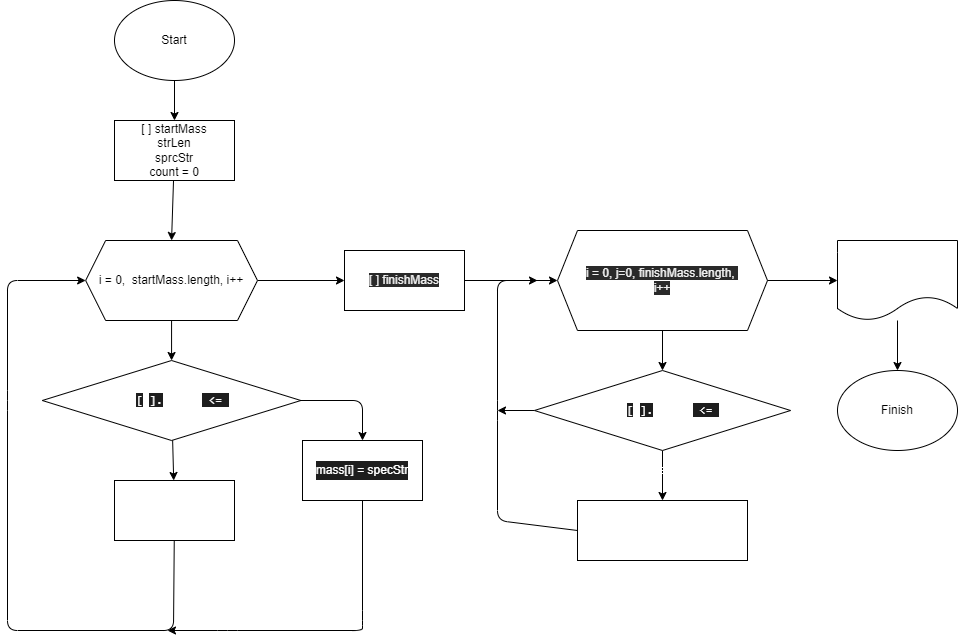
Before: block_diagram.drawio.png, a diagram exported from draw.io (elenaElenaEle/Control). Source tidied: cells renumbered, new cells last; positions are measured from the earlier drawing's top-left corner, leaving out a move shared by most shapes. The source it was exported from:
```xml
<mxGraphModel>
  <root>
    <mxCell id="0" />
    <mxCell id="1" parent="0" />
    <mxCell id="2" style="edgeStyle=none;html=1;entryX=0.5;entryY=0;entryDx=0;entryDy=0;fontSize=12;fontColor=#FFFFFF;" parent="1" edge="1" source="3" target="6">
      <mxGeometry relative="1" as="geometry" />
    </mxCell>
    <mxCell id="3" value="Start" style="ellipse;whiteSpace=wrap;html=1;" parent="1" vertex="1">
      <mxGeometry x="107" width="120" height="80" as="geometry" />
    </mxCell>
    <mxCell id="4" value="Finish" style="ellipse;whiteSpace=wrap;html=1;" parent="1" vertex="1">
      <mxGeometry x="830" y="370" width="120" height="80" as="geometry" />
    </mxCell>
    <mxCell id="5" style="edgeStyle=none;html=1;entryX=0.5;entryY=0;entryDx=0;entryDy=0;fontSize=12;fontColor=#FFFFFF;" parent="1" edge="1" source="6" target="9">
      <mxGeometry relative="1" as="geometry" />
    </mxCell>
    <mxCell id="6" value="[ ] startMass&lt;br&gt;strLen&lt;br&gt;sprcStr&lt;br&gt;count = 0" style="rounded=0;whiteSpace=wrap;html=1;" parent="1" vertex="1">
      <mxGeometry x="107" y="120" width="120" height="60" as="geometry" />
    </mxCell>
    <mxCell id="7" style="edgeStyle=none;html=1;entryX=0.5;entryY=0;entryDx=0;entryDy=0;fontSize=12;fontColor=#FFFFFF;" parent="1" edge="1" source="9" target="11">
      <mxGeometry relative="1" as="geometry" />
    </mxCell>
    <mxCell id="8" style="edgeStyle=none;html=1;fontFamily=Helvetica;fontSize=12;fontColor=#FFFFFF;" parent="1" edge="1" source="9" target="22">
      <mxGeometry relative="1" as="geometry" />
    </mxCell>
    <mxCell id="9" value="i = 0,&amp;nbsp; startMass.length, i++" style="shape=hexagon;perimeter=hexagonPerimeter2;whiteSpace=wrap;html=1;fixedSize=1;" parent="1" vertex="1">
      <mxGeometry x="78.1" y="240" width="171.9" height="80" as="geometry" />
    </mxCell>
    <mxCell id="10" style="edgeStyle=none;html=1;fontSize=12;fontColor=#FFFFFF;" parent="1" edge="1" source="11" target="13">
      <mxGeometry relative="1" as="geometry" />
    </mxCell>
    <mxCell id="11" value="&lt;font style=&quot;font-size: 12px&quot; color=&quot;#ffffff&quot;&gt;if startMass&lt;span style=&quot;background-color: rgb(30 , 30 , 30) ; font-family: &amp;#34;consolas&amp;#34; , &amp;#34;courier new&amp;#34; , monospace&quot;&gt;[&lt;/span&gt;&lt;span style=&quot;font-family: &amp;#34;consolas&amp;#34; , &amp;#34;courier new&amp;#34; , monospace&quot;&gt;i&lt;/span&gt;&lt;span style=&quot;background-color: rgb(30 , 30 , 30) ; font-family: &amp;#34;consolas&amp;#34; , &amp;#34;courier new&amp;#34; , monospace&quot;&gt;]&lt;/span&gt;&lt;span style=&quot;background-color: rgb(30 , 30 , 30) ; font-family: &amp;#34;consolas&amp;#34; , &amp;#34;courier new&amp;#34; , monospace&quot;&gt;.&lt;/span&gt;&lt;span style=&quot;font-family: &amp;#34;consolas&amp;#34; , &amp;#34;courier new&amp;#34; , monospace&quot;&gt;Length&lt;/span&gt;&lt;span style=&quot;background-color: rgb(30 , 30 , 30) ; font-family: &amp;#34;consolas&amp;#34; , &amp;#34;courier new&amp;#34; , monospace&quot;&gt; &lt;/span&gt;&lt;span style=&quot;background-color: rgb(30 , 30 , 30) ; font-family: &amp;#34;consolas&amp;#34; , &amp;#34;courier new&amp;#34; , monospace&quot;&gt;&amp;lt;=&lt;/span&gt;&lt;span style=&quot;background-color: rgb(30 , 30 , 30) ; font-family: &amp;#34;consolas&amp;#34; , &amp;#34;courier new&amp;#34; , monospace&quot;&gt; &lt;/span&gt;&lt;span style=&quot;font-family: &amp;#34;consolas&amp;#34; , &amp;#34;courier new&amp;#34; , monospace&quot;&gt;strLen&lt;/span&gt;&lt;/font&gt;" style="rhombus;whiteSpace=wrap;html=1;" parent="1" vertex="1">
      <mxGeometry x="34.8" y="360" width="258.6" height="80" as="geometry" />
    </mxCell>
    <mxCell id="12" style="edgeStyle=none;html=1;entryX=0;entryY=0.5;entryDx=0;entryDy=0;fontFamily=Helvetica;fontSize=12;fontColor=#FFFFFF;" parent="1" edge="1" source="13" target="9">
      <mxGeometry relative="1" as="geometry">
        <Array as="points">
          <mxPoint x="166" y="630" />
          <mxPoint y="630" />
          <mxPoint y="400" />
          <mxPoint y="280" />
        </Array>
      </mxGeometry>
    </mxCell>
    <mxCell id="13" value="count ++" style="rounded=0;whiteSpace=wrap;html=1;fontSize=12;fontColor=#FFFFFF;" parent="1" vertex="1">
      <mxGeometry x="107" y="480" width="120" height="60" as="geometry" />
    </mxCell>
    <mxCell id="14" value="yes" style="text;html=1;align=center;verticalAlign=middle;strokeColor=none;fillColor=none;fontSize=12;fontColor=#FFFFFF;" parent="1" vertex="1">
      <mxGeometry x="135" y="450" width="30" height="20" as="geometry" />
    </mxCell>
    <mxCell id="15" style="edgeStyle=none;html=1;fontFamily=Helvetica;fontSize=12;fontColor=#FFFFFF;" parent="1" edge="1" source="16">
      <mxGeometry relative="1" as="geometry">
        <mxPoint x="160" y="630" as="targetPoint" />
        <Array as="points">
          <mxPoint x="355" y="620" />
          <mxPoint x="355" y="630" />
          <mxPoint x="220" y="630" />
        </Array>
      </mxGeometry>
    </mxCell>
    <mxCell id="16" value="&lt;div style=&quot;background-color: rgb(30 , 30 , 30) ; line-height: 19px&quot;&gt;&lt;div style=&quot;line-height: 19px&quot;&gt;&lt;font style=&quot;font-size: 12px&quot;&gt;mass[i] = specStr&lt;/font&gt;&lt;/div&gt;&lt;/div&gt;" style="rounded=0;whiteSpace=wrap;html=1;fontSize=12;fontColor=#FFFFFF;" parent="1" vertex="1">
      <mxGeometry x="295" y="440" width="120" height="60" as="geometry" />
    </mxCell>
    <mxCell id="17" style="edgeStyle=none;html=1;fontFamily=Helvetica;fontSize=12;fontColor=#FFFFFF;exitX=1;exitY=0.5;exitDx=0;exitDy=0;entryX=0.5;entryY=0;entryDx=0;entryDy=0;" parent="1" edge="1" source="11" target="16">
      <mxGeometry relative="1" as="geometry">
        <Array as="points">
          <mxPoint x="355" y="400" />
        </Array>
      </mxGeometry>
    </mxCell>
    <mxCell id="18" value="no" style="text;html=1;align=center;verticalAlign=middle;strokeColor=none;fillColor=none;fontSize=12;fontFamily=Helvetica;fontColor=#FFFFFF;" parent="1" vertex="1">
      <mxGeometry x="295" y="380" width="30" height="20" as="geometry" />
    </mxCell>
    <mxCell id="19" style="edgeStyle=none;html=1;fontFamily=Helvetica;fontSize=12;fontColor=#FFFFFF;" parent="1" edge="1" source="20" target="25">
      <mxGeometry relative="1" as="geometry" />
    </mxCell>
    <mxCell id="20" value="&lt;span style=&quot;color: rgb(240 , 240 , 240) ; font-family: &amp;#34;helvetica&amp;#34; ; font-size: 12px ; font-style: normal ; font-weight: 400 ; letter-spacing: normal ; text-align: center ; text-indent: 0px ; text-transform: none ; word-spacing: 0px ; background-color: rgb(42 , 42 , 42) ; display: inline ; float: none&quot;&gt;i = 0, j=0, finishMass.length, &lt;br&gt;i++&lt;/span&gt;" style="shape=hexagon;perimeter=hexagonPerimeter2;whiteSpace=wrap;html=1;fixedSize=1;fontFamily=Helvetica;fontSize=12;fontColor=#FFFFFF;" parent="1" vertex="1">
      <mxGeometry x="550" y="230" width="210" height="100" as="geometry" />
    </mxCell>
    <mxCell id="21" style="edgeStyle=none;html=1;fontFamily=Helvetica;fontSize=12;fontColor=#FFFFFF;" parent="1" edge="1" source="22" target="20">
      <mxGeometry relative="1" as="geometry" />
    </mxCell>
    <mxCell id="22" value="&lt;span style=&quot;color: rgb(240 , 240 , 240) ; font-family: &amp;#34;helvetica&amp;#34; ; font-size: 12px ; font-style: normal ; font-weight: 400 ; letter-spacing: normal ; text-align: center ; text-indent: 0px ; text-transform: none ; word-spacing: 0px ; background-color: rgb(42 , 42 , 42) ; display: inline ; float: none&quot;&gt;[ ] finishMass&lt;/span&gt;" style="rounded=0;whiteSpace=wrap;html=1;fontFamily=Helvetica;fontSize=12;fontColor=#FFFFFF;" parent="1" vertex="1">
      <mxGeometry x="337" y="250" width="120" height="60" as="geometry" />
    </mxCell>
    <mxCell id="23" style="edgeStyle=none;html=1;fontFamily=Helvetica;fontSize=12;fontColor=#FFFFFF;entryX=0.5;entryY=0;entryDx=0;entryDy=0;" parent="1" edge="1" source="25" target="28">
      <mxGeometry relative="1" as="geometry" />
    </mxCell>
    <mxCell id="24" style="edgeStyle=none;html=1;exitX=0;exitY=0.5;exitDx=0;exitDy=0;fontFamily=Helvetica;fontSize=12;fontColor=#FFFFFF;" parent="1" edge="1" source="25">
      <mxGeometry relative="1" as="geometry">
        <mxPoint x="490" y="410" as="targetPoint" />
      </mxGeometry>
    </mxCell>
    <mxCell id="25" value="&lt;font style=&quot;font-size: 12px&quot; color=&quot;#ffffff&quot;&gt;if startMass&lt;span style=&quot;background-color: rgb(30 , 30 , 30) ; font-family: &amp;#34;consolas&amp;#34; , &amp;#34;courier new&amp;#34; , monospace&quot;&gt;[&lt;/span&gt;&lt;span style=&quot;font-family: &amp;#34;consolas&amp;#34; , &amp;#34;courier new&amp;#34; , monospace&quot;&gt;i&lt;/span&gt;&lt;span style=&quot;background-color: rgb(30 , 30 , 30) ; font-family: &amp;#34;consolas&amp;#34; , &amp;#34;courier new&amp;#34; , monospace&quot;&gt;]&lt;/span&gt;&lt;span style=&quot;background-color: rgb(30 , 30 , 30) ; font-family: &amp;#34;consolas&amp;#34; , &amp;#34;courier new&amp;#34; , monospace&quot;&gt;.&lt;/span&gt;&lt;span style=&quot;font-family: &amp;#34;consolas&amp;#34; , &amp;#34;courier new&amp;#34; , monospace&quot;&gt;Length&lt;/span&gt;&lt;span style=&quot;background-color: rgb(30 , 30 , 30) ; font-family: &amp;#34;consolas&amp;#34; , &amp;#34;courier new&amp;#34; , monospace&quot;&gt; &lt;/span&gt;&lt;span style=&quot;background-color: rgb(30 , 30 , 30) ; font-family: &amp;#34;consolas&amp;#34; , &amp;#34;courier new&amp;#34; , monospace&quot;&gt;&amp;lt;=&lt;/span&gt;&lt;span style=&quot;background-color: rgb(30 , 30 , 30) ; font-family: &amp;#34;consolas&amp;#34; , &amp;#34;courier new&amp;#34; , monospace&quot;&gt; &lt;/span&gt;&lt;span style=&quot;font-family: &amp;#34;consolas&amp;#34; , &amp;#34;courier new&amp;#34; , monospace&quot;&gt;strLen&lt;/span&gt;&lt;/font&gt;" style="rhombus;whiteSpace=wrap;html=1;" parent="1" vertex="1">
      <mxGeometry x="526.9" y="370" width="256.2" height="80" as="geometry" />
    </mxCell>
    <mxCell id="26" style="edgeStyle=none;html=1;fontFamily=Helvetica;fontSize=12;fontColor=#FFFFFF;exitX=0;exitY=0.5;exitDx=0;exitDy=0;" parent="1" edge="1" source="28">
      <mxGeometry relative="1" as="geometry">
        <mxPoint x="530" y="280" as="targetPoint" />
        <Array as="points">
          <mxPoint x="490" y="520" />
          <mxPoint x="490" y="410" />
          <mxPoint x="490" y="280" />
        </Array>
      </mxGeometry>
    </mxCell>
    <mxCell id="27" style="edgeStyle=none;html=1;fontFamily=Helvetica;fontSize=12;fontColor=#FFFFFF;exitX=1;exitY=0.5;exitDx=0;exitDy=0;" parent="1" edge="1" source="20" target="31">
      <mxGeometry relative="1" as="geometry" />
    </mxCell>
    <mxCell id="28" value="finishMass[j] = startMass[i]&lt;br&gt;j++" style="rounded=0;whiteSpace=wrap;html=1;fontFamily=Helvetica;fontSize=12;fontColor=#FFFFFF;" parent="1" vertex="1">
      <mxGeometry x="570" y="500" width="170" height="60" as="geometry" />
    </mxCell>
    <mxCell id="29" value="yes" style="text;html=1;align=center;verticalAlign=middle;strokeColor=none;fillColor=none;fontSize=12;fontFamily=Helvetica;fontColor=#FFFFFF;" parent="1" vertex="1">
      <mxGeometry x="640" y="460" width="30" height="20" as="geometry" />
    </mxCell>
    <mxCell id="30" style="edgeStyle=none;html=1;fontFamily=Helvetica;fontSize=12;fontColor=#FFFFFF;entryX=0.5;entryY=0;entryDx=0;entryDy=0;" parent="1" edge="1" source="31" target="4">
      <mxGeometry relative="1" as="geometry" />
    </mxCell>
    <mxCell id="31" value="satrtMass&lt;br&gt;FinishMass" style="shape=document;whiteSpace=wrap;html=1;boundedLbl=1;fontFamily=Helvetica;fontSize=12;fontColor=#FFFFFF;" parent="1" vertex="1">
      <mxGeometry x="830" y="240" width="120" height="80" as="geometry" />
    </mxCell>
    <mxCell id="32" value="no" style="text;html=1;align=center;verticalAlign=middle;strokeColor=none;fillColor=none;fontSize=12;fontFamily=Helvetica;fontColor=#FFFFFF;" parent="1" vertex="1">
      <mxGeometry x="496.9" y="380" width="30" height="20" as="geometry" />
    </mxCell>
  </root>
</mxGraphModel>
```
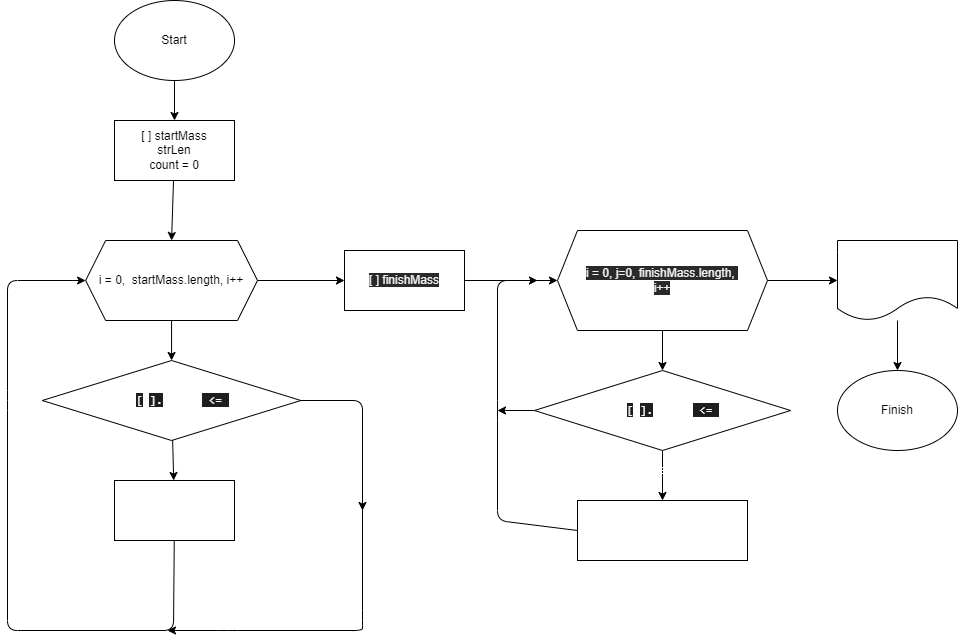
The same diagram one commit later.

Commit message:
Create block-diagram

Change to the diagram source:
```diff
@@ -14,7 +14,7 @@
     <mxCell id="5" style="edgeStyle=none;html=1;entryX=0.5;entryY=0;entryDx=0;entryDy=0;fontSize=12;fontColor=#FFFFFF;" parent="1" edge="1" source="6" target="9">
       <mxGeometry relative="1" as="geometry" />
     </mxCell>
-    <mxCell id="6" value="[ ] startMass&lt;br&gt;strLen&lt;br&gt;sprcStr&lt;br&gt;count = 0" style="rounded=0;whiteSpace=wrap;html=1;" parent="1" vertex="1">
+    <mxCell id="6" value="[ ] startMass&lt;br&gt;strLen&lt;br&gt;count = 0" style="rounded=0;whiteSpace=wrap;html=1;" parent="1" vertex="1">
       <mxGeometry x="107" y="120" width="120" height="60" as="geometry" />
     </mxCell>
     <mxCell id="7" style="edgeStyle=none;html=1;entryX=0.5;entryY=0;entryDx=0;entryDy=0;fontSize=12;fontColor=#FFFFFF;" parent="1" edge="1" source="9" target="11">
@@ -48,8 +48,9 @@
     <mxCell id="14" value="yes" style="text;html=1;align=center;verticalAlign=middle;strokeColor=none;fillColor=none;fontSize=12;fontColor=#FFFFFF;" parent="1" vertex="1">
       <mxGeometry x="135" y="450" width="30" height="20" as="geometry" />
     </mxCell>
-    <mxCell id="15" style="edgeStyle=none;html=1;fontFamily=Helvetica;fontSize=12;fontColor=#FFFFFF;" parent="1" edge="1" source="16">
+    <mxCell id="15" style="edgeStyle=none;html=1;fontFamily=Helvetica;fontSize=12;fontColor=#FFFFFF;" parent="1" edge="1">
       <mxGeometry relative="1" as="geometry">
+        <mxPoint x="355" y="500" as="sourcePoint" />
         <mxPoint x="160" y="630" as="targetPoint" />
         <Array as="points">
           <mxPoint x="355" y="620" />
@@ -58,11 +59,9 @@
         </Array>
       </mxGeometry>
     </mxCell>
-    <mxCell id="16" value="&lt;div style=&quot;background-color: rgb(30 , 30 , 30) ; line-height: 19px&quot;&gt;&lt;div style=&quot;line-height: 19px&quot;&gt;&lt;font style=&quot;font-size: 12px&quot;&gt;mass[i] = specStr&lt;/font&gt;&lt;/div&gt;&lt;/div&gt;" style="rounded=0;whiteSpace=wrap;html=1;fontSize=12;fontColor=#FFFFFF;" parent="1" vertex="1">
-      <mxGeometry x="295" y="440" width="120" height="60" as="geometry" />
-    </mxCell>
-    <mxCell id="17" style="edgeStyle=none;html=1;fontFamily=Helvetica;fontSize=12;fontColor=#FFFFFF;exitX=1;exitY=0.5;exitDx=0;exitDy=0;entryX=0.5;entryY=0;entryDx=0;entryDy=0;" parent="1" edge="1" source="11" target="16">
+    <mxCell id="17" style="edgeStyle=none;html=1;fontFamily=Helvetica;fontSize=12;fontColor=#FFFFFF;exitX=1;exitY=0.5;exitDx=0;exitDy=0;" parent="1" edge="1" source="11">
       <mxGeometry relative="1" as="geometry">
+        <mxPoint x="355" y="510" as="targetPoint" />
         <Array as="points">
           <mxPoint x="355" y="400" />
         </Array>
```
